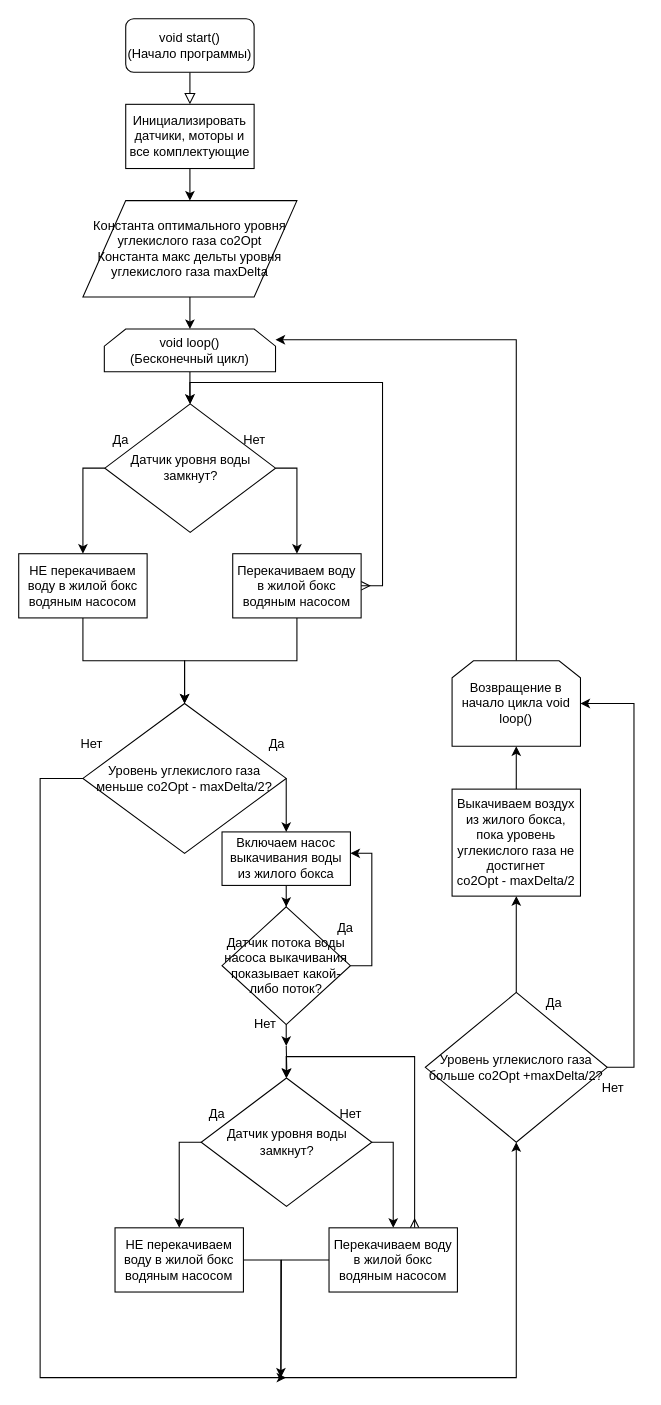
Above: First Task Flowchart.drawio in CaveJohnson376/ONTI_2020_RobotMasters (draw.io), before the change. Source tidied: cells renumbered, new cells numbered last; positions are measured from the earlier drawing's top-left corner, leaving out a move shared by most shapes. Both pictures are drawn from the tidied source at 107%, with x=0, y=0 at pixel (18, 18).
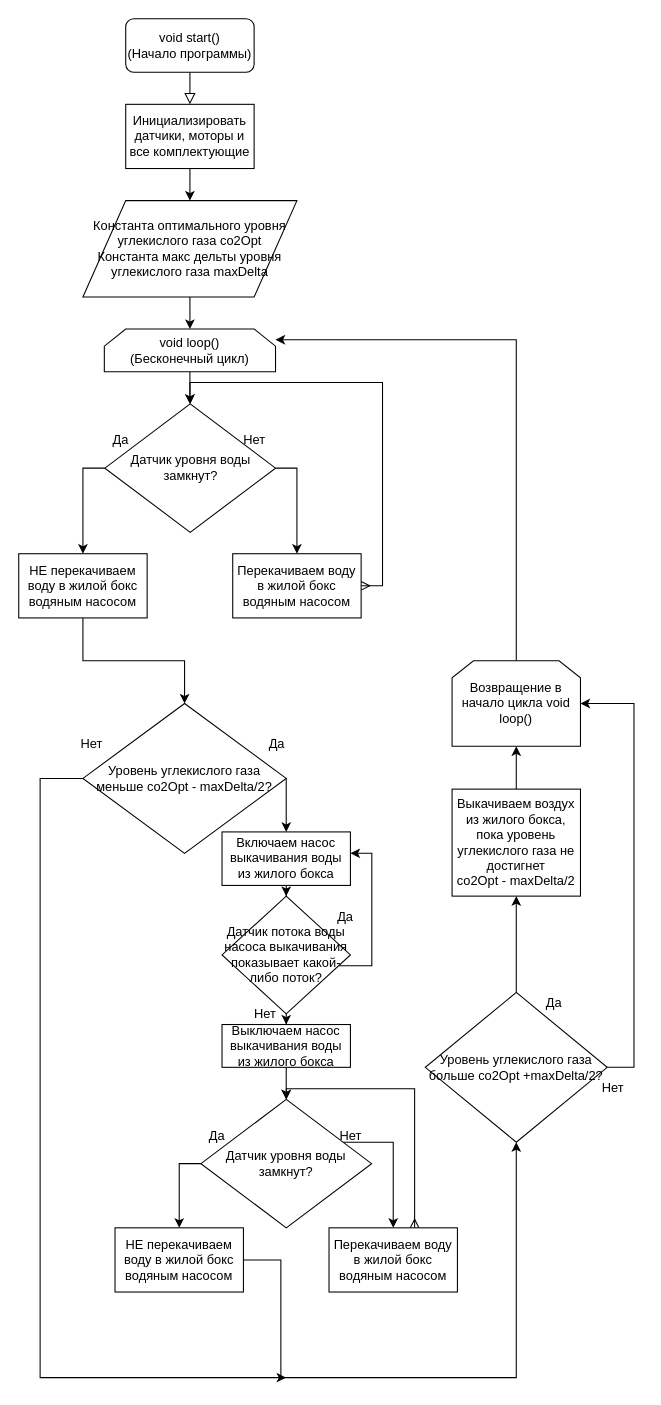
The same diagram, later.

Unchanged cells that the change refers to:
```xml
<mxCell id="17" value="Перекачиваем воду в жилой бокс водяным насосом" style="rounded=0;whiteSpace=wrap;html=1;" parent="1" vertex="1">
  <mxGeometry x="200" y="500" width="120" height="60" as="geometry" />
</mxCell>
<mxCell id="20" value="&lt;div&gt;Уровень углекислого газа меньше co2Opt - maxDelta/2?&lt;/div&gt;" style="rhombus;whiteSpace=wrap;html=1;" parent="1" vertex="1">
  <mxGeometry x="60" y="640" width="190" height="140" as="geometry" />
</mxCell>
<mxCell id="49" value="Перекачиваем воду в жилой бокс водяным насосом" style="rounded=0;whiteSpace=wrap;html=1;" parent="1" vertex="1">
  <mxGeometry x="290" y="1130" width="120" height="60" as="geometry" />
</mxCell>
```

Change to the diagram source:
```diff
@@
-    <mxCell id="16" style="edgeStyle=orthogonalEdgeStyle;rounded=0;jumpStyle=gap;jettySize=auto;html=1;entryX=0.5;entryY=0;entryDx=0;entryDy=0;startArrow=none;startFill=0;strokeWidth=1;" parent="1" edge="1" source="17" target="20">
-      <mxGeometry relative="1" as="geometry" />
-    </mxCell>
@@
-    <mxCell id="37" style="edgeStyle=orthogonalEdgeStyle;rounded=0;jumpStyle=gap;jettySize=auto;html=1;startArrow=none;startFill=0;strokeWidth=1;" parent="1" edge="1" source="38">
-      <mxGeometry relative="1" as="geometry">
-        <mxPoint x="250" y="960" as="targetPoint" />
-      </mxGeometry>
-    </mxCell>
+    <mxCell id="52" style="edgeStyle=orthogonalEdgeStyle;rounded=0;jumpStyle=gap;jettySize=auto;html=1;entryX=0.5;entryY=0;entryDx=0;entryDy=0;startArrow=none;startFill=0;strokeWidth=1;" parent="1" edge="1" source="38" target="54">
+      <mxGeometry relative="1" as="geometry" />
+    </mxCell>
     <mxCell id="38" value="Датчик потока воды насоса выкачивания показывает какой-либо поток?" style="rhombus;whiteSpace=wrap;html=1;" parent="1" vertex="1">
-      <mxGeometry x="190" y="830" width="120" height="110" as="geometry" />
+      <mxGeometry x="190" y="820" width="120" height="110" as="geometry" />
     </mxCell>
@@
     <mxCell id="40" value="&lt;div&gt;Да&lt;/div&gt;" style="text;html=1;align=center;verticalAlign=middle;" parent="1" vertex="1">
-      <mxGeometry x="290" y="840" width="30" height="20" as="geometry" />
+      <mxGeometry x="290" y="830" width="30" height="20" as="geometry" />
     </mxCell>
-    <mxCell id="41" style="edgeStyle=orthogonalEdgeStyle;rounded=0;jettySize=auto;html=1;exitX=0.5;exitY=1;exitDx=0;exitDy=0;" parent="1" edge="1" target="44">
-      <mxGeometry relative="1" as="geometry">
-        <mxPoint x="250" y="960" as="sourcePoint" />
-      </mxGeometry>
-    </mxCell>
@@
     <mxCell id="44" value="Датчик уровня воды замкнут?" style="rhombus;whiteSpace=wrap;html=1;" parent="1" vertex="1">
-      <mxGeometry x="170.5" y="990" width="159.5" height="120" as="geometry" />
+      <mxGeometry x="170.3" y="1010" width="159.5" height="120" as="geometry" />
     </mxCell>
@@
-    <mxCell id="47" style="edgeStyle=orthogonalEdgeStyle;rounded=0;jettySize=auto;html=1;startArrow=ERmany;startFill=0;strokeWidth=1;jumpStyle=gap;fixDash=0;" parent="1" edge="1" source="49">
+    <mxCell id="47" style="edgeStyle=orthogonalEdgeStyle;rounded=0;jettySize=auto;html=1;startArrow=ERmany;startFill=0;strokeWidth=1;jumpStyle=gap;fixDash=0;entryX=0.5;entryY=0;entryDx=0;entryDy=0;" parent="1" edge="1" source="49" target="44">
       <mxGeometry relative="1" as="geometry">
-        <mxPoint x="250" y="990" as="targetPoint" />
         <Array as="points">
-          <mxPoint x="370" y="970" />
-          <mxPoint x="250" y="970" />
+          <mxPoint x="370" y="1000" />
+          <mxPoint x="250" y="1000" />
         </Array>
       </mxGeometry>
     </mxCell>
-    <mxCell id="48" style="edgeStyle=orthogonalEdgeStyle;rounded=0;jumpStyle=gap;jettySize=auto;html=1;entryX=0.5;entryY=0;entryDx=0;entryDy=0;startArrow=none;startFill=0;strokeWidth=1;" parent="1" edge="1" source="49">
-      <mxGeometry relative="1" as="geometry">
-        <mxPoint x="245" y="1270" as="targetPoint" />
-      </mxGeometry>
-    </mxCell>
@@
+    <mxCell id="53" style="edgeStyle=orthogonalEdgeStyle;rounded=0;jumpStyle=gap;jettySize=auto;html=1;startArrow=none;startFill=0;strokeWidth=1;" parent="1" edge="1" source="54">
+      <mxGeometry relative="1" as="geometry">
+        <mxPoint x="250" y="1010" as="targetPoint" />
+      </mxGeometry>
+    </mxCell>
+    <mxCell id="54" value="&lt;div&gt;Выключаем насос выкачивания воды из жилого бокса&lt;/div&gt;" style="rounded=0;whiteSpace=wrap;html=1;" parent="1" vertex="1">
+      <mxGeometry x="190" y="940" width="120" height="40" as="geometry" />
+    </mxCell>
```
